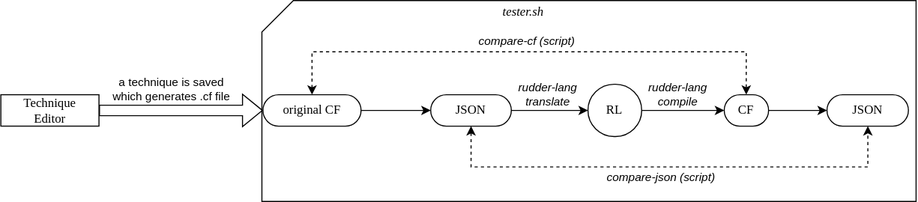
Earlier version of the draw.io export rudder-lang/docs/images/test-loop.svg (Normation/rudder). Source tidied: cells renumbered, new cells last; positions are measured from the earlier drawing's top-left corner, leaving out a move shared by most shapes.
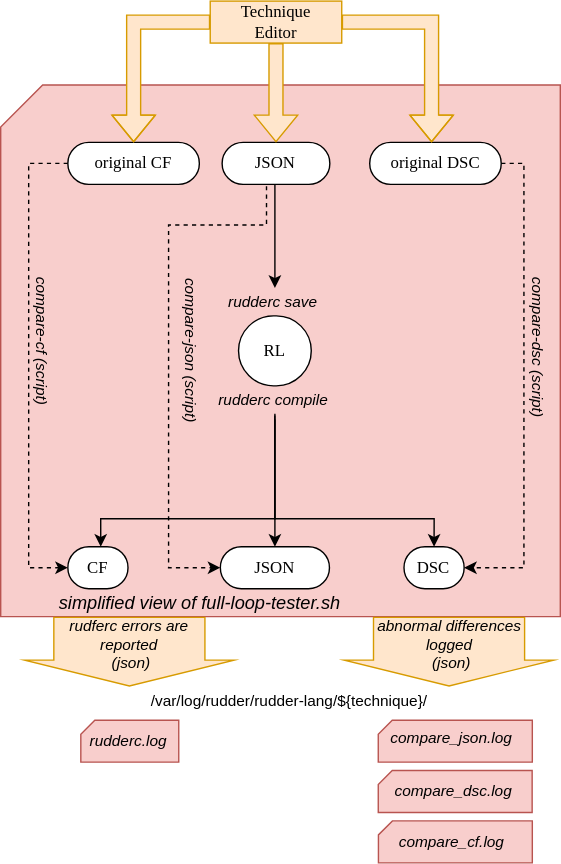
Later version of the same file.

The edit, as a diff of the source:
```diff
@@ -2,85 +2,181 @@
   <root>
     <mxCell id="0" />
     <mxCell id="1" parent="0" />
-    <mxCell id="2" value="a technique is saved which generates .cf file" style="text;html=1;strokeColor=none;fillColor=none;align=center;verticalAlign=middle;whiteSpace=wrap;rounded=0;fontSize=11;" parent="1" vertex="1">
-      <mxGeometry x="100" y="75" width="126" height="20" as="geometry" />
+    <mxCell id="2" style="shape=card;whiteSpace=wrap;html=1;fillColor=#f8cecc;strokeColor=#b85450;" parent="1" vertex="1">
+      <mxGeometry x="250" y="-281" width="400" height="380" as="geometry" />
     </mxCell>
-    <mxCell id="3" value="ncf-api&lt;br&gt;translate" style="text;html=1;strokeColor=none;fillColor=none;align=center;verticalAlign=middle;whiteSpace=wrap;rounded=0;fontSize=11;" parent="1" vertex="1">
-      <mxGeometry x="349" y="75" width="56" height="20" as="geometry" />
+    <mxCell id="3" style="edgeStyle=orthogonalEdgeStyle;rounded=0;jettySize=auto;html=1;exitX=0;exitY=0.5;exitDx=0;exitDy=0;entryX=0;entryY=0.5;entryDx=0;entryDy=0;dashed=1;" parent="1" edge="1" source="4" target="11">
+      <mxGeometry relative="1" as="geometry">
+        <Array as="points">
+          <mxPoint x="440" y="-225" />
+          <mxPoint x="440" y="-181" />
+          <mxPoint x="370" y="-181" />
+          <mxPoint x="370" y="64" />
+        </Array>
+      </mxGeometry>
     </mxCell>
-    <mxCell id="4" value="ncf-api&lt;br&gt;translate" style="text;html=1;strokeColor=none;fillColor=none;align=center;verticalAlign=middle;whiteSpace=wrap;rounded=0;fontSize=11;" parent="1" vertex="1">
-      <mxGeometry x="732" y="75" width="56" height="20" as="geometry" />
+    <mxCell id="4" value="JSON" style="rounded=1;whiteSpace=wrap;html=1;fontFamily=Verdana;spacingLeft=5;spacingRight=5;arcSize=50;" parent="1" vertex="1">
+      <mxGeometry x="408.3" y="-240" width="77" height="30" as="geometry" />
     </mxCell>
-    <mxCell id="5" value="Technique Editor" style="rounded=0;whiteSpace=wrap;html=1;fontFamily=Verdana;spacingLeft=5;spacingRight=5;arcSize=50;" parent="1" vertex="1">
-      <mxGeometry y="90" width="93.6" height="30" as="geometry" />
+    <mxCell id="5" style="edgeStyle=orthogonalEdgeStyle;rounded=0;orthogonalLoop=1;jettySize=auto;html=1;entryX=0.5;entryY=0;entryDx=0;entryDy=0;exitX=0.434;exitY=1.2;exitDx=0;exitDy=0;exitPerimeter=0;" parent="1" edge="1">
+      <mxGeometry relative="1" as="geometry">
+        <mxPoint x="445.9" y="-42" as="sourcePoint" />
+        <mxPoint x="321.5" y="49" as="targetPoint" />
+        <Array as="points">
+          <mxPoint x="446" y="-11" />
+          <mxPoint x="446" y="29" />
+          <mxPoint x="321" y="29" />
+        </Array>
+      </mxGeometry>
     </mxCell>
-    <mxCell id="6" style="shape=card;whiteSpace=wrap;html=1;" parent="1" vertex="1">
-      <mxGeometry x="249" width="624" height="192" as="geometry" />
+    <mxCell id="6" style="edgeStyle=orthogonalEdgeStyle;rounded=0;jettySize=auto;html=1;exitX=0.434;exitY=1.057;exitDx=0;exitDy=0;exitPerimeter=0;entryX=0.5;entryY=0;entryDx=0;entryDy=0;" parent="1" edge="1" target="28">
+      <mxGeometry relative="1" as="geometry">
+        <mxPoint x="445.9" y="-44.9" as="sourcePoint" />
+        <Array as="points">
+          <mxPoint x="446" y="29" />
+          <mxPoint x="560" y="29" />
+        </Array>
+      </mxGeometry>
     </mxCell>
-    <mxCell id="7" value="JSON" style="rounded=1;whiteSpace=wrap;html=1;fontFamily=Verdana;spacingLeft=5;spacingRight=5;arcSize=50;" parent="1" vertex="1">
-      <mxGeometry x="410" y="90" width="76.9" height="30" as="geometry" />
+    <mxCell id="7" value="RL" style="rounded=1;whiteSpace=wrap;html=1;fontFamily=Verdana;spacingLeft=5;spacingRight=5;arcSize=50;" parent="1" vertex="1">
+      <mxGeometry x="420" y="-116" width="52" height="50" as="geometry" />
     </mxCell>
-    <mxCell id="8" value="RL" style="rounded=1;whiteSpace=wrap;html=1;fontFamily=Verdana;spacingLeft=5;spacingRight=5;arcSize=50;" parent="1" vertex="1">
-      <mxGeometry x="560" y="80" width="51.3" height="50" as="geometry" />
+    <mxCell id="8" style="edgeStyle=orthogonalEdgeStyle;rounded=0;jettySize=auto;html=1;fontFamily=Verdana;spacingLeft=5;spacingRight=5;entryX=0.5;entryY=0;entryDx=0;entryDy=0;" parent="1" edge="1" source="4" target="15">
+      <mxGeometry relative="1" as="geometry">
+        <Array as="points">
+          <mxPoint x="447" y="-151" />
+        </Array>
+      </mxGeometry>
     </mxCell>
-    <mxCell id="9" style="edgeStyle=orthogonalEdgeStyle;rounded=0;jettySize=auto;html=1;fontFamily=Verdana;spacingLeft=5;spacingRight=5;" parent="1" edge="1" source="7" target="8">
-      <mxGeometry relative="1" as="geometry" />
+    <mxCell id="9" style="edgeStyle=orthogonalEdgeStyle;rounded=0;jettySize=auto;html=1;entryX=0;entryY=0.5;entryDx=0;entryDy=0;dashed=1;" parent="1" edge="1" source="10" target="12">
+      <mxGeometry relative="1" as="geometry">
+        <Array as="points">
+          <mxPoint x="270" y="-225" />
+          <mxPoint x="270" y="64" />
+        </Array>
+      </mxGeometry>
     </mxCell>
-    <mxCell id="10" style="edgeStyle=entityRelationEdgeStyle;rounded=0;jettySize=auto;html=1;startArrow=none;startFill=0;" parent="1" edge="1" source="11" target="7">
-      <mxGeometry relative="1" as="geometry" />
+    <mxCell id="10" value="original CF" style="rounded=1;whiteSpace=wrap;html=1;fontFamily=Verdana;spacingLeft=5;spacingRight=5;arcSize=50;" parent="1" vertex="1">
+      <mxGeometry x="298" y="-240" width="94" height="30" as="geometry" />
     </mxCell>
-    <mxCell id="11" value="original CF" style="rounded=1;whiteSpace=wrap;html=1;fontFamily=Verdana;spacingLeft=5;spacingRight=5;arcSize=50;" parent="1" vertex="1">
-      <mxGeometry x="250" y="90" width="93.6" height="30" as="geometry" />
+    <mxCell id="11" value="JSON" style="rounded=1;whiteSpace=wrap;html=1;fontFamily=Verdana;spacingLeft=5;spacingRight=5;arcSize=50;" parent="1" vertex="1">
+      <mxGeometry x="407" y="49" width="78" height="30" as="geometry" />
     </mxCell>
-    <mxCell id="12" value="JSON" style="rounded=1;whiteSpace=wrap;html=1;fontFamily=Verdana;spacingLeft=5;spacingRight=5;arcSize=50;" parent="1" vertex="1">
-      <mxGeometry x="788" y="90" width="77.7" height="30" as="geometry" />
+    <mxCell id="12" value="CF" style="rounded=1;whiteSpace=wrap;html=1;fontFamily=Verdana;spacingLeft=5;spacingRight=5;arcSize=50;" parent="1" vertex="1">
+      <mxGeometry x="298" y="49" width="43" height="30" as="geometry" />
     </mxCell>
-    <mxCell id="13" style="edgeStyle=orthogonalEdgeStyle;rounded=0;jettySize=auto;html=1;dashed=1;startArrow=classic;startFill=1;" parent="1" edge="1" source="7" target="12">
-      <mxGeometry relative="1" as="geometry">
-        <Array as="points">
-          <mxPoint x="448" y="159" />
-          <mxPoint x="827" y="159" />
-        </Array>
-      </mxGeometry>
+    <mxCell id="13" value="compare-cf (script)" style="text;html=1;strokeColor=none;fillColor=none;align=left;verticalAlign=middle;whiteSpace=wrap;rounded=0;fontStyle=2;fontSize=11;rotation=90;" parent="1" vertex="1">
+      <mxGeometry x="226" y="-101" width="108.5" height="20" as="geometry" />
     </mxCell>
-    <mxCell id="14" value="CF" style="rounded=1;whiteSpace=wrap;html=1;fontFamily=Verdana;spacingLeft=5;spacingRight=5;arcSize=50;" parent="1" vertex="1">
-      <mxGeometry x="690" y="90" width="42.3" height="30" as="geometry" />
+    <mxCell id="14" value="&lt;div style=&quot;font-size: 11px;&quot;&gt;compare-json (script)&lt;br style=&quot;font-size: 11px;&quot;&gt;&lt;/div&gt;" style="text;html=1;strokeColor=none;fillColor=none;align=center;verticalAlign=middle;whiteSpace=wrap;rounded=0;fontStyle=2;fontSize=11;rotation=90;" parent="1" vertex="1">
+      <mxGeometry x="306" y="-112" width="160" height="42" as="geometry" />
     </mxCell>
-    <mxCell id="15" style="edgeStyle=entityRelationEdgeStyle;rounded=0;jettySize=auto;html=1;startArrow=none;startFill=0;" parent="1" edge="1" source="14" target="12">
-      <mxGeometry relative="1" as="geometry" />
+    <mxCell id="15" value="&lt;div&gt;rudderc read&lt;br&gt;&lt;/div&gt;" style="text;html=1;strokeColor=none;fillColor=none;align=left;verticalAlign=middle;whiteSpace=wrap;rounded=0;fontSize=11;fontStyle=2;" parent="1" vertex="1">
+      <mxGeometry x="411" y="-136" width="70" height="20" as="geometry" />
     </mxCell>
-    <mxCell id="16" style="edgeStyle=orthogonalEdgeStyle;rounded=0;jettySize=auto;html=1;dashed=1;startArrow=classic;startFill=1;" parent="1" edge="1" source="11" target="14">
-      <mxGeometry relative="1" as="geometry">
-        <Array as="points">
-          <mxPoint x="297" y="49" />
-          <mxPoint x="711" y="49" />
-        </Array>
-      </mxGeometry>
+    <mxCell id="16" value="Technique Editor" style="rounded=0;whiteSpace=wrap;html=1;fontFamily=Verdana;spacingLeft=5;spacingRight=5;arcSize=50;fillColor=#ffe6cc;strokeColor=#d79b00;" parent="1" vertex="1">
+      <mxGeometry x="399.8" y="-341" width="94" height="30" as="geometry" />
     </mxCell>
-    <mxCell id="17" value="&lt;font style=&quot;font-size: 12px&quot; face=&quot;Verdana&quot;&gt;tester.sh&lt;/font&gt;" style="edgeLabel;html=1;align=center;verticalAlign=middle;fontStyle=2;" parent="16" vertex="1">
-      <mxGeometry x="-0.83" y="-42" relative="1" as="geometry">
-        <mxPoint x="200.2" y="-81" as="offset" />
+    <mxCell id="17" style="edgeStyle=orthogonalEdgeStyle;rounded=0;jettySize=auto;html=1;" parent="1" edge="1" source="18" target="11">
+      <mxGeometry relative="1" as="geometry">
+        <Array as="points">
+          <mxPoint x="446" y="-1" />
+          <mxPoint x="446" y="-1" />
+        </Array>
       </mxGeometry>
     </mxCell>
-    <mxCell id="18" style="edgeStyle=entityRelationEdgeStyle;rounded=0;jettySize=auto;html=1;startArrow=none;startFill=0;exitX=1;exitY=0.5;exitDx=0;exitDy=0;" parent="1" edge="1" source="8" target="14">
-      <mxGeometry relative="1" as="geometry" />
+    <mxCell id="18" value="rudderc compile" style="text;html=1;strokeColor=none;fillColor=none;align=left;verticalAlign=middle;whiteSpace=wrap;rounded=0;fontSize=11;fontStyle=2;" parent="1" vertex="1">
+      <mxGeometry x="404.1" y="-66" width="91.9" height="20" as="geometry" />
     </mxCell>
-    <mxCell id="19" value="compare-cf (script)" style="text;html=1;strokeColor=none;fillColor=none;align=center;verticalAlign=middle;whiteSpace=wrap;rounded=0;fontStyle=2;fontSize=11;" parent="1" vertex="1">
-      <mxGeometry x="421.5" y="29" width="160" height="20" as="geometry" />
+    <mxCell id="19" value="&lt;font style=&quot;font-size: 13px&quot;&gt;simplified view of &lt;/font&gt;full-loop-tester.sh" style="text;html=1;strokeColor=none;fillColor=none;align=left;verticalAlign=middle;whiteSpace=wrap;rounded=0;fontSize=13;fontStyle=2;" parent="1" vertex="1">
+      <mxGeometry x="290" y="79" width="213" height="20" as="geometry" />
     </mxCell>
-    <mxCell id="20" value="&lt;div style=&quot;font-size: 11px;&quot;&gt;compare-json (script)&lt;br style=&quot;font-size: 11px;&quot;&gt;&lt;/div&gt;" style="text;html=1;strokeColor=none;fillColor=none;align=center;verticalAlign=middle;whiteSpace=wrap;rounded=0;fontStyle=2;fontSize=11;" parent="1" vertex="1">
-      <mxGeometry x="550" y="159" width="160" height="20" as="geometry" />
+    <mxCell id="20" style="edgeStyle=orthogonalEdgeStyle;rounded=0;jettySize=auto;html=1;startArrow=none;startFill=0;fontSize=11;shape=flexArrow;labelBackgroundColor=#FFFFFF;fillColor=#ffe6cc;strokeColor=#d79b00;" parent="1" edge="1" source="16" target="10">
+      <mxGeometry relative="1" as="geometry" />
     </mxCell>
-    <mxCell id="21" value="rudder-lang&lt;br&gt;translate" style="text;html=1;strokeColor=none;fillColor=none;align=center;verticalAlign=middle;whiteSpace=wrap;rounded=0;fontSize=11;fontStyle=2;" parent="1" vertex="1">
-      <mxGeometry x="486.9" y="80" width="70" height="20" as="geometry" />
+    <mxCell id="21" style="edgeStyle=orthogonalEdgeStyle;rounded=0;orthogonalLoop=1;jettySize=auto;html=1;startArrow=none;startFill=0;fontSize=11;shape=flexArrow;labelBackgroundColor=#FFFFFF;fillColor=#ffe6cc;strokeColor=#d79b00;endWidth=40.57142857142857;endSize=5.811428571428571;width=108;" parent="1" edge="1">
+      <mxGeometry relative="1" as="geometry">
+        <mxPoint x="570.5" y="99" as="sourcePoint" />
+        <mxPoint x="570.5" y="149" as="targetPoint" />
+      </mxGeometry>
     </mxCell>
-    <mxCell id="22" value="rudder-lang&lt;br&gt;compile" style="text;html=1;strokeColor=none;fillColor=none;align=center;verticalAlign=middle;whiteSpace=wrap;rounded=0;fontSize=11;fontStyle=2;" parent="1" vertex="1">
-      <mxGeometry x="611.3" y="80" width="70" height="20" as="geometry" />
+    <mxCell id="22" value="&lt;div align=&quot;center&quot;&gt;abnormal differences&lt;br&gt;logged&lt;br&gt;&lt;/div&gt;&amp;nbsp;(json)" style="text;html=1;strokeColor=none;fillColor=none;align=center;verticalAlign=middle;whiteSpace=wrap;rounded=0;fontSize=11;fontStyle=2;" parent="1" vertex="1">
+      <mxGeometry x="513.8" y="99" width="114" height="40" as="geometry" />
     </mxCell>
-    <mxCell id="23" style="edgeStyle=orthogonalEdgeStyle;rounded=0;jettySize=auto;html=1;startArrow=none;startFill=0;fontSize=11;shape=flexArrow;" parent="1" edge="1" target="11">
-      <mxGeometry relative="1" as="geometry">
-        <mxPoint x="93.6" y="105" as="sourcePoint" />
-      </mxGeometry>
+    <mxCell id="23" value="original DSC" style="rounded=1;whiteSpace=wrap;html=1;fontFamily=Verdana;spacingLeft=5;spacingRight=5;arcSize=50;" parent="1" vertex="1">
+      <mxGeometry x="513.8" y="-240" width="94" height="30" as="geometry" />
     </mxCell>
+    <mxCell id="24" style="edgeStyle=orthogonalEdgeStyle;rounded=0;jettySize=auto;html=1;startArrow=none;startFill=0;fontSize=11;shape=flexArrow;labelBackgroundColor=#FFFFFF;fillColor=#ffe6cc;strokeColor=#d79b00;exitX=1;exitY=0.5;exitDx=0;exitDy=0;" parent="1" edge="1" source="16" target="23">
+      <mxGeometry relative="1" as="geometry">
+        <Array as="points">
+          <mxPoint x="558" y="-326" />
+        </Array>
+      </mxGeometry>
+    </mxCell>
+    <mxCell id="25" style="edgeStyle=orthogonalEdgeStyle;rounded=0;jettySize=auto;html=1;startArrow=none;startFill=0;fontSize=11;shape=flexArrow;labelBackgroundColor=#FFFFFF;fillColor=#ffe6cc;strokeColor=#d79b00;" parent="1" edge="1" source="16" target="4">
+      <mxGeometry relative="1" as="geometry" />
+    </mxCell>
+    <mxCell id="26" style="edgeStyle=orthogonalEdgeStyle;rounded=0;jettySize=auto;html=1;entryX=1;entryY=0.5;entryDx=0;entryDy=0;dashed=1;" parent="1" edge="1" source="23" target="28">
+      <mxGeometry relative="1" as="geometry">
+        <Array as="points">
+          <mxPoint x="624" y="-225" />
+          <mxPoint x="624" y="64" />
+        </Array>
+      </mxGeometry>
+    </mxCell>
+    <mxCell id="27" value="&lt;div&gt;compare-dsc (script)&lt;/div&gt;" style="text;html=1;strokeColor=none;fillColor=none;align=left;verticalAlign=middle;whiteSpace=wrap;rounded=0;fontStyle=2;fontSize=11;rotation=90;" parent="1" vertex="1">
+      <mxGeometry x="580" y="-101" width="108.5" height="20" as="geometry" />
+    </mxCell>
+    <mxCell id="28" value="&lt;div&gt;DSC&lt;/div&gt;" style="rounded=1;whiteSpace=wrap;html=1;fontFamily=Verdana;spacingLeft=5;spacingRight=5;arcSize=50;" parent="1" vertex="1">
+      <mxGeometry x="538.3" y="49" width="43" height="30" as="geometry" />
+    </mxCell>
+    <mxCell id="29" style="group;" parent="1" vertex="1">
+      <mxGeometry x="307.3" y="173" width="70" height="30" as="geometry" />
+    </mxCell>
+    <mxCell id="30" style="shape=card;whiteSpace=wrap;html=1;fillColor=#f8cecc;strokeColor=#b85450;size=10;" parent="29" vertex="1">
+      <mxGeometry width="70" height="30" as="geometry" />
+    </mxCell>
+    <mxCell id="31" value="rudderc.log" style="text;html=1;strokeColor=none;fillColor=none;align=left;verticalAlign=middle;whiteSpace=wrap;rounded=0;fontSize=11;fontStyle=2;" parent="29" vertex="1">
+      <mxGeometry x="5" y="5" width="60" height="20" as="geometry" />
+    </mxCell>
+    <mxCell id="32" style="group;" parent="1" vertex="1">
+      <mxGeometry x="520" y="245" width="110" height="30" as="geometry" />
+    </mxCell>
+    <mxCell id="33" style="shape=card;whiteSpace=wrap;html=1;fillColor=#f8cecc;strokeColor=#b85450;size=10;" parent="32" vertex="1">
+      <mxGeometry width="110" height="30" as="geometry" />
+    </mxCell>
+    <mxCell id="34" value="&lt;div&gt;compare_cf.log&lt;/div&gt;" style="text;html=1;strokeColor=none;fillColor=none;align=left;verticalAlign=middle;whiteSpace=wrap;rounded=0;fontSize=11;fontStyle=2;" parent="32" vertex="1">
+      <mxGeometry x="13" y="5" width="78" height="20" as="geometry" />
+    </mxCell>
+    <mxCell id="35" style="group;" parent="1" vertex="1">
+      <mxGeometry x="519.9" y="173" width="110.1" height="30" as="geometry" />
+    </mxCell>
+    <mxCell id="36" style="shape=card;whiteSpace=wrap;html=1;fillColor=#f8cecc;strokeColor=#b85450;size=10;" parent="35" vertex="1">
+      <mxGeometry width="110.1" height="30" as="geometry" />
+    </mxCell>
+    <mxCell id="37" value="compare_json.log" style="text;html=1;strokeColor=none;fillColor=none;align=left;verticalAlign=middle;whiteSpace=wrap;rounded=0;fontSize=11;fontStyle=2;" parent="35" vertex="1">
+      <mxGeometry x="7.1" y="3" width="97.5" height="20" as="geometry" />
+    </mxCell>
+    <mxCell id="38" style="group;" parent="1" vertex="1">
+      <mxGeometry x="519.9" y="209" width="110" height="30" as="geometry" />
+    </mxCell>
+    <mxCell id="39" style="shape=card;whiteSpace=wrap;html=1;fillColor=#f8cecc;strokeColor=#b85450;size=10;" parent="38" vertex="1">
+      <mxGeometry width="110" height="30" as="geometry" />
+    </mxCell>
+    <mxCell id="40" value="&lt;div&gt;compare_dsc.log&lt;/div&gt;" style="text;html=1;strokeColor=none;fillColor=none;align=left;verticalAlign=middle;whiteSpace=wrap;rounded=0;fontSize=11;fontStyle=2;" parent="38" vertex="1">
+      <mxGeometry x="10" y="5" width="78" height="20" as="geometry" />
+    </mxCell>
+    <mxCell id="41" style="edgeStyle=orthogonalEdgeStyle;rounded=0;orthogonalLoop=1;jettySize=auto;html=1;startArrow=none;startFill=0;fontSize=11;shape=flexArrow;labelBackgroundColor=#FFFFFF;fillColor=#ffe6cc;strokeColor=#d79b00;endWidth=40.57142857142857;endSize=5.811428571428571;width=108;" parent="1" edge="1">
+      <mxGeometry relative="1" as="geometry">
+        <mxPoint x="342" y="99" as="sourcePoint" />
+        <mxPoint x="342" y="149" as="targetPoint" />
+      </mxGeometry>
+    </mxCell>
+    <mxCell id="42" value="&lt;div align=&quot;center&quot;&gt;rudferc errors are reported&lt;br&gt;&lt;/div&gt;&amp;nbsp;(json)" style="text;html=1;strokeColor=none;fillColor=none;align=center;verticalAlign=middle;whiteSpace=wrap;rounded=0;fontSize=11;fontStyle=2;" parent="1" vertex="1">
+      <mxGeometry x="285.3" y="99" width="114" height="40" as="geometry" />
+    </mxCell>
+    <mxCell id="43" value="/var/log/rudder/rudder-lang/${technique}/" style="text;html=1;align=center;verticalAlign=middle;fontSize=11;" parent="1" vertex="1">
+      <mxGeometry x="351" y="149" width="210" height="20" as="geometry" />
+    </mxCell>
   </root>
 </mxGraphModel>
```
